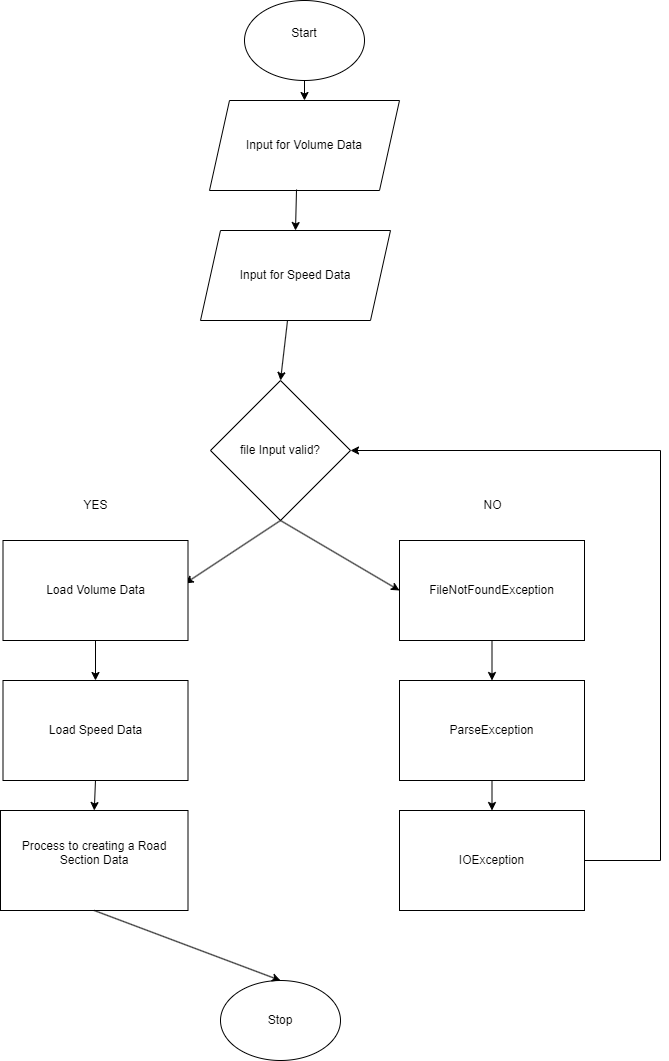
The draw.io diagram Flowchart.png in Nack2544/Project2, before a commit. Source tidied: cells renumbered, new cells last; positions are measured from the earlier drawing's top-left corner, leaving out a move shared by most shapes.
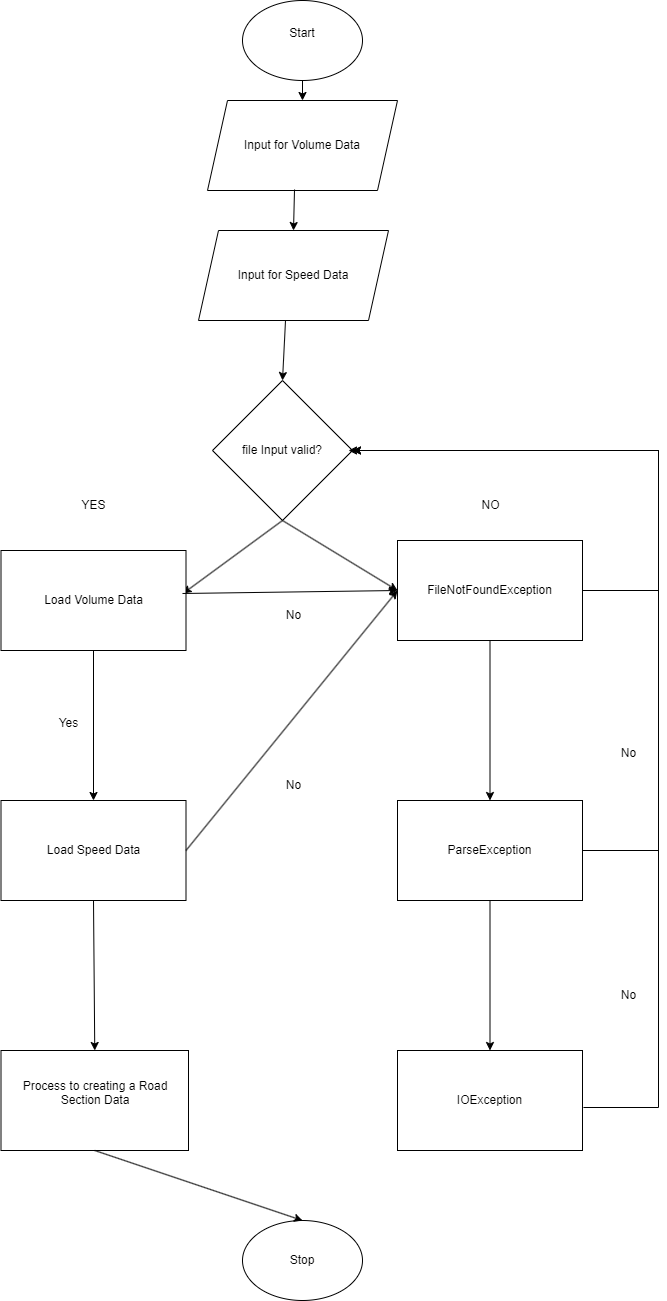
After the change.

Change to the diagram source:
```diff
@@ -21,7 +21,7 @@
       <mxGeometry relative="1" as="geometry" />
     </mxCell>
     <mxCell id="8" value="file Input valid?" style="rhombus;whiteSpace=wrap;html=1;" parent="1" vertex="1">
-      <mxGeometry x="210" y="380" width="140" height="140" as="geometry" />
+      <mxGeometry x="214" y="380" width="140" height="140" as="geometry" />
     </mxCell>
     <mxCell id="9" style="endArrow=classic;html=1;rounded=0;exitX=0.5;exitY=1;exitDx=0;exitDy=0;entryX=0.984;entryY=0.43;entryDx=0;entryDy=0;entryPerimeter=0;" parent="1" edge="1" source="8" target="14">
       <mxGeometry relative="1" as="geometry" />
@@ -33,28 +33,28 @@
       <mxGeometry x="399" y="540" width="185" height="100" as="geometry" />
     </mxCell>
     <mxCell id="12" value="ParseException" style="rounded=0;whiteSpace=wrap;html=1;" parent="1" vertex="1">
-      <mxGeometry x="399" y="680" width="185" height="100" as="geometry" />
+      <mxGeometry x="399" y="800" width="185" height="100" as="geometry" />
     </mxCell>
     <mxCell id="13" value="YES" style="text;html=1;align=center;verticalAlign=middle;strokeColor=none;fillColor=none;" parent="1" vertex="1">
       <mxGeometry x="70" y="490" width="50" height="30" as="geometry" />
     </mxCell>
     <mxCell id="14" value="&lt;div&gt;Load Volume Data&lt;/div&gt;" style="rounded=0;whiteSpace=wrap;html=1;" parent="1" vertex="1">
-      <mxGeometry x="2.5" y="540" width="185" height="100" as="geometry" />
+      <mxGeometry x="2.5" y="550" width="185" height="100" as="geometry" />
     </mxCell>
     <mxCell id="15" value="NO" style="text;html=1;align=center;verticalAlign=middle;strokeColor=none;fillColor=none;" parent="1" vertex="1">
       <mxGeometry x="471.5" y="490" width="40" height="30" as="geometry" />
     </mxCell>
     <mxCell id="16" value="&lt;div&gt;Stop&lt;/div&gt;" style="ellipse;whiteSpace=wrap;html=1;" parent="1" vertex="1">
-      <mxGeometry x="220" y="980" width="120" height="80" as="geometry" />
+      <mxGeometry x="244" y="1220" width="120" height="80" as="geometry" />
     </mxCell>
     <mxCell id="17" value="&lt;div&gt;Load Speed Data&lt;/div&gt;" style="rounded=0;whiteSpace=wrap;html=1;" parent="1" vertex="1">
-      <mxGeometry x="2.5" y="680" width="185" height="100" as="geometry" />
+      <mxGeometry x="2.5" y="800" width="185" height="100" as="geometry" />
     </mxCell>
     <mxCell id="18" style="endArrow=classic;html=1;rounded=0;exitX=0.5;exitY=1;exitDx=0;exitDy=0;entryX=0.5;entryY=0;entryDx=0;entryDy=0;" parent="1" edge="1" source="14" target="17">
       <mxGeometry relative="1" as="geometry" />
     </mxCell>
     <mxCell id="19" value="&lt;div&gt;&lt;br&gt;&lt;/div&gt;Process to creating a Road Section Data&lt;br&gt;&lt;div&gt;&lt;br&gt;&lt;br&gt;&lt;/div&gt;" style="rounded=0;whiteSpace=wrap;html=1;" parent="1" vertex="1">
-      <mxGeometry y="810" width="187.5" height="100" as="geometry" />
+      <mxGeometry x="2.5" y="1050" width="187.5" height="100" as="geometry" />
     </mxCell>
     <mxCell id="20" style="endArrow=classic;html=1;rounded=0;exitX=0.5;exitY=1;exitDx=0;exitDy=0;entryX=0.5;entryY=0;entryDx=0;entryDy=0;" parent="1" edge="1" source="17" target="19">
       <mxGeometry relative="1" as="geometry" />
@@ -63,15 +63,15 @@
       <mxGeometry relative="1" as="geometry" />
     </mxCell>
     <mxCell id="22" value="IOException" style="rounded=0;whiteSpace=wrap;html=1;" parent="1" vertex="1">
-      <mxGeometry x="399" y="810" width="185" height="100" as="geometry" />
+      <mxGeometry x="399" y="1050" width="185" height="100" as="geometry" />
     </mxCell>
     <mxCell id="23" style="endArrow=classic;html=1;rounded=0;exitX=0.5;exitY=1;exitDx=0;exitDy=0;entryX=0.5;entryY=0;entryDx=0;entryDy=0;" parent="1" edge="1" source="11" target="12">
       <mxGeometry relative="1" as="geometry" />
     </mxCell>
-    <mxCell id="24" style="endArrow=classic;html=1;rounded=0;exitX=1;exitY=0.5;exitDx=0;exitDy=0;entryX=1;entryY=0.5;entryDx=0;entryDy=0;" parent="1" edge="1" source="22" target="8">
+    <mxCell id="24" style="endArrow=classic;html=1;rounded=0;exitX=1;exitY=0.5;exitDx=0;exitDy=0;entryX=1;entryY=0.5;entryDx=0;entryDy=0;" parent="1" edge="1" source="11" target="8">
       <mxGeometry relative="1" as="geometry">
         <Array as="points">
-          <mxPoint x="660" y="860" />
+          <mxPoint x="660" y="590" />
           <mxPoint x="660" y="450" />
         </Array>
       </mxGeometry>
@@ -79,5 +79,44 @@
     <mxCell id="25" style="endArrow=classic;html=1;rounded=0;exitX=0.5;exitY=1;exitDx=0;exitDy=0;entryX=0.5;entryY=0;entryDx=0;entryDy=0;" parent="1" edge="1" source="12" target="22">
       <mxGeometry relative="1" as="geometry" />
     </mxCell>
+    <mxCell id="26" value="Yes" style="text;html=1;align=center;verticalAlign=middle;strokeColor=none;fillColor=none;" parent="1" vertex="1">
+      <mxGeometry x="50" y="708" width="40" height="30" as="geometry" />
+    </mxCell>
+    <mxCell id="27" style="endArrow=classic;html=1;rounded=0;exitX=1;exitY=0.5;exitDx=0;exitDy=0;entryX=0;entryY=0.5;entryDx=0;entryDy=0;" parent="1" edge="1" source="17" target="11">
+      <mxGeometry relative="1" as="geometry" />
+    </mxCell>
+    <mxCell id="28" style="endArrow=classic;html=1;rounded=0;exitX=1;exitY=0.5;exitDx=0;exitDy=0;" parent="1" edge="1" source="12">
+      <mxGeometry relative="1" as="geometry">
+        <mxPoint x="350" y="450" as="targetPoint" />
+        <Array as="points">
+          <mxPoint x="660" y="850" />
+          <mxPoint x="660" y="450" />
+        </Array>
+      </mxGeometry>
+    </mxCell>
+    <mxCell id="29" style="endArrow=classic;html=1;rounded=0;exitX=1.005;exitY=0.57;exitDx=0;exitDy=0;exitPerimeter=0;entryX=1;entryY=0.5;entryDx=0;entryDy=0;" parent="1" edge="1" source="22" target="8">
+      <mxGeometry relative="1" as="geometry">
+        <Array as="points">
+          <mxPoint x="660" y="1107" />
+          <mxPoint x="660" y="840" />
+          <mxPoint x="660" y="450" />
+        </Array>
+      </mxGeometry>
+    </mxCell>
+    <mxCell id="30" value="&lt;div&gt;No&lt;/div&gt;" style="text;html=1;align=center;verticalAlign=middle;strokeColor=none;fillColor=none;" parent="1" vertex="1">
+      <mxGeometry x="275" y="770" width="40" height="30" as="geometry" />
+    </mxCell>
+    <mxCell id="31" style="endArrow=classic;html=1;rounded=0;exitX=0.981;exitY=0.43;exitDx=0;exitDy=0;exitPerimeter=0;entryX=0;entryY=0.5;entryDx=0;entryDy=0;" parent="1" edge="1" source="14" target="11">
+      <mxGeometry relative="1" as="geometry" />
+    </mxCell>
+    <mxCell id="32" value="No" style="text;html=1;align=center;verticalAlign=middle;strokeColor=none;fillColor=none;" parent="1" vertex="1">
+      <mxGeometry x="275" y="600" width="40" height="30" as="geometry" />
+    </mxCell>
+    <mxCell id="33" value="No" style="text;html=1;align=center;verticalAlign=middle;strokeColor=none;fillColor=none;" parent="1" vertex="1">
+      <mxGeometry x="610" y="738" width="40" height="30" as="geometry" />
+    </mxCell>
+    <mxCell id="34" value="No" style="text;html=1;align=center;verticalAlign=middle;strokeColor=none;fillColor=none;" parent="1" vertex="1">
+      <mxGeometry x="610" y="980" width="40" height="30" as="geometry" />
+    </mxCell>
   </root>
 </mxGraphModel>
```
